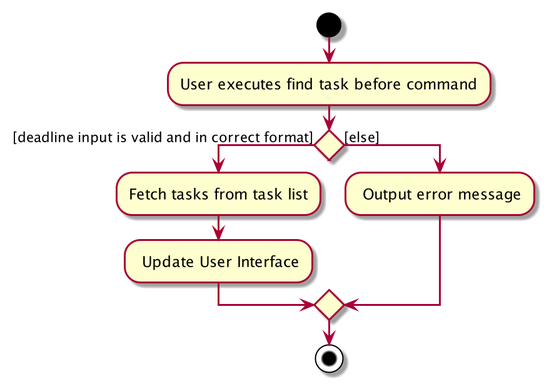
The PlantUML diagram docs/images/FindBeforeActivityDiagram.png in nus-cs2103-AY2021S2/tp, before a commit. Source of this version:
```plantuml
@startuml
start
:User executes find task before command;

if () then ([deadline input is valid and in correct format])
    :Fetch tasks from task list;
    : Update User Interface;
else ([else])
    : Output error message;
endif
stop
@enduml
```
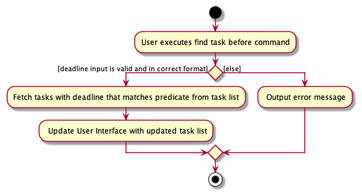
The same file after the commit.

Diff of the diagram source:
```diff
@@ -3,8 +3,8 @@
 :User executes find task before command;
 
 if () then ([deadline input is valid and in correct format])
-    :Fetch tasks from task list;
-    : Update User Interface;
+    :Fetch tasks with deadline that matches predicate from task list;
+    : Update User Interface with updated task list;
 else ([else])
     : Output error message;
 endif
```
